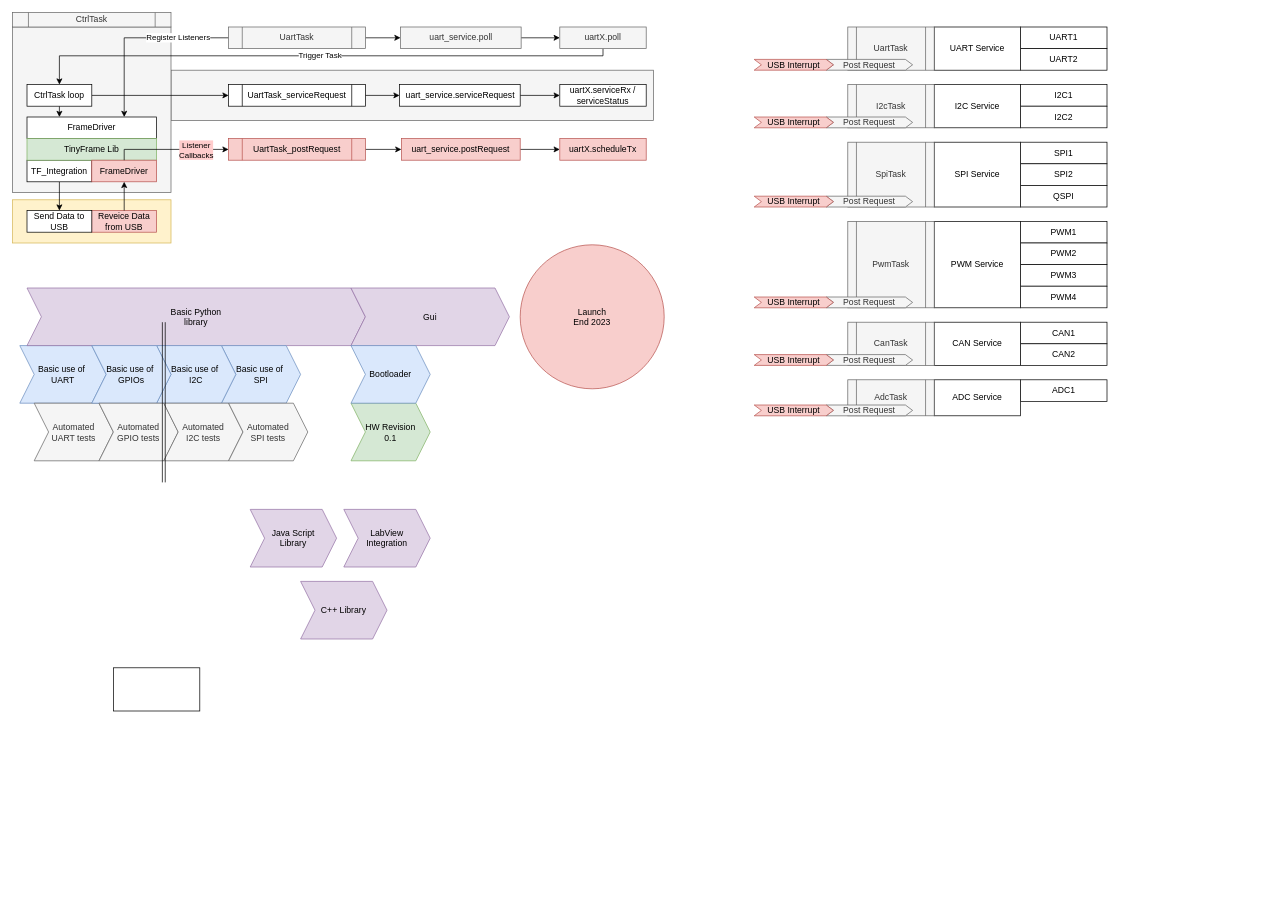
This is Docu/FirmwareArchitecturedrawio.drawio from AlmCoding/expander-mcu, a draw.io file, before an edit. Source tidied: cells renumbered, new cells numbered last; positions are measured from the earlier drawing's top-left corner, leaving out a move shared by most shapes. Both pictures are drawn from the tidied source at 72%, with x=0, y=0 at pixel (12, 12).
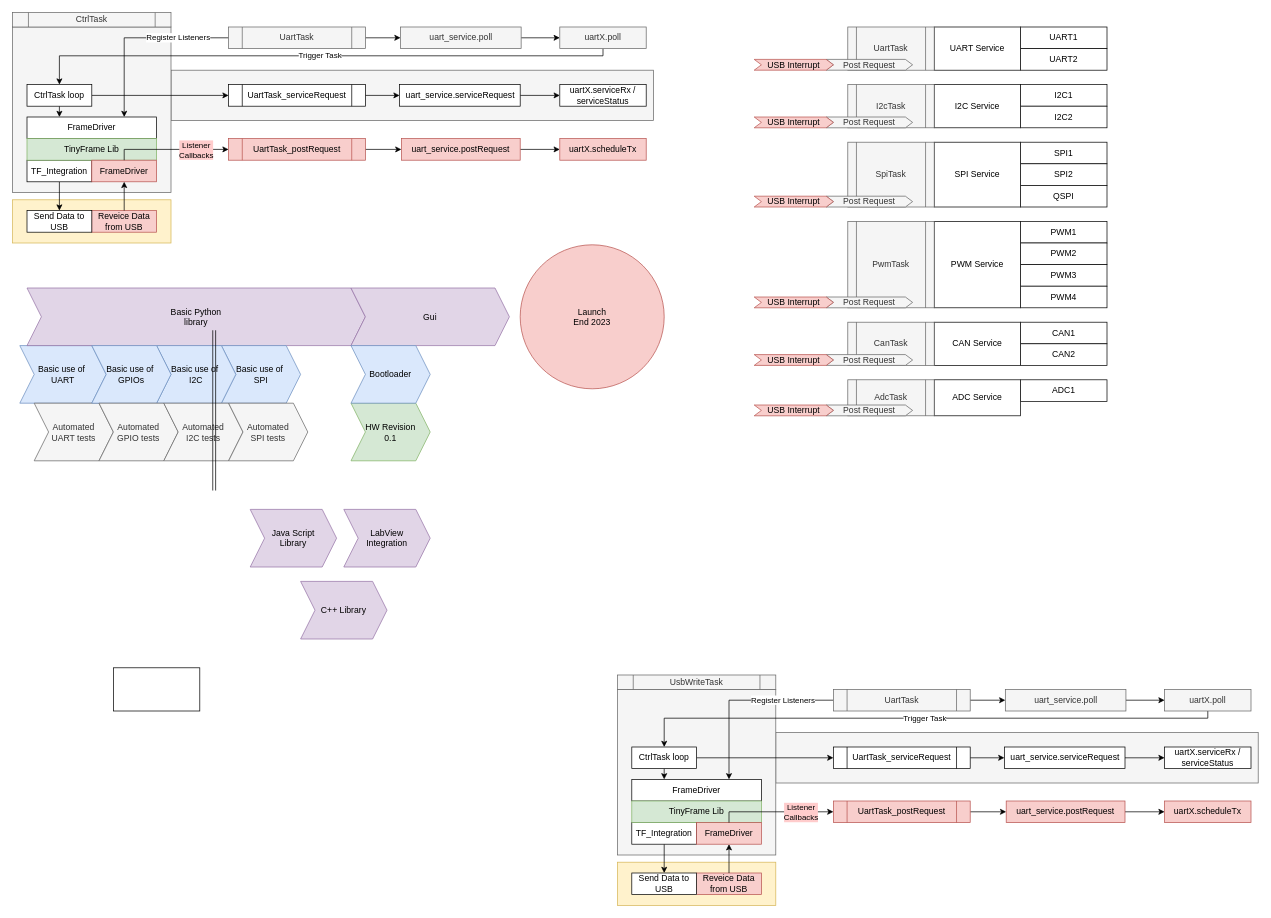
Above is the later version.

Change to the diagram source:
```diff
@@
     <mxCell id="77" style="shape=link;html=1;rounded=0;" parent="1" edge="1">
       <mxGeometry relative="1" as="geometry">
-        <mxPoint x="210" y="430" as="sourcePoint" />
-        <mxPoint x="210" y="652.5" as="targetPoint" />
+        <mxPoint x="280" y="441.2" as="sourcePoint" />
+        <mxPoint x="280" y="663.8" as="targetPoint" />
       </mxGeometry>
     </mxCell>
@@
+    <mxCell id="92" style="rounded=0;whiteSpace=wrap;html=1;fillColor=#f5f5f5;fontColor=#333333;strokeColor=#666666;" parent="1" vertex="1">
+      <mxGeometry x="1060" y="1000" width="670" height="70" as="geometry" />
+    </mxCell>
+    <mxCell id="93" style="rounded=0;whiteSpace=wrap;html=1;fillColor=#f5f5f5;fontColor=#333333;strokeColor=#666666;" parent="1" vertex="1">
+      <mxGeometry x="840" y="940" width="220" height="230" as="geometry" />
+    </mxCell>
+    <mxCell id="94" style="rounded=0;whiteSpace=wrap;html=1;fillColor=#fff2cc;strokeColor=#d6b656;" parent="1" vertex="1">
+      <mxGeometry x="840" y="1180" width="220" height="60" as="geometry" />
+    </mxCell>
+    <mxCell id="95" value="Reveice Data from USB" style="rounded=0;whiteSpace=wrap;html=1;fillColor=#f8cecc;strokeColor=#b85450;" parent="1" vertex="1">
+      <mxGeometry x="950" y="1195" width="90" height="30" as="geometry" />
+    </mxCell>
+    <mxCell id="96" value="FrameDriver" style="rounded=0;whiteSpace=wrap;html=1;" parent="1" vertex="1">
+      <mxGeometry x="860" y="1065" width="180" height="30" as="geometry" />
+    </mxCell>
+    <mxCell id="97" style="edgeStyle=orthogonalEdgeStyle;rounded=0;jettySize=auto;html=1;entryX=0.5;entryY=0;entryDx=0;entryDy=0;" parent="1" edge="1" source="98" target="101">
+      <mxGeometry relative="1" as="geometry" />
+    </mxCell>
+    <mxCell id="98" value="TF_Integration" style="rounded=0;whiteSpace=wrap;html=1;" parent="1" vertex="1">
+      <mxGeometry x="860" y="1125" width="90" height="30" as="geometry" />
+    </mxCell>
+    <mxCell id="99" value="Register Listeners" style="edgeStyle=orthogonalEdgeStyle;rounded=0;jettySize=auto;html=1;exitX=0;exitY=0.5;exitDx=0;exitDy=0;entryX=0.75;entryY=0;entryDx=0;entryDy=0;" parent="1" edge="1" source="115" target="96">
+      <mxGeometry x="-0.45" relative="1" as="geometry" />
+    </mxCell>
+    <mxCell id="100" value="TinyFrame Lib" style="rounded=0;whiteSpace=wrap;html=1;fillColor=#d5e8d4;strokeColor=#82b366;" parent="1" vertex="1">
+      <mxGeometry x="860" y="1095" width="180" height="30" as="geometry" />
+    </mxCell>
+    <mxCell id="101" value="Send Data to USB" style="rounded=0;whiteSpace=wrap;html=1;" parent="1" vertex="1">
+      <mxGeometry x="860" y="1195" width="90" height="30" as="geometry" />
+    </mxCell>
+    <mxCell id="102" value="FrameDriver" style="rounded=0;whiteSpace=wrap;html=1;fillColor=#f8cecc;strokeColor=#b85450;" parent="1" vertex="1">
+      <mxGeometry x="950" y="1125" width="90" height="30" as="geometry" />
+    </mxCell>
+    <mxCell id="103" style="endArrow=classic;html=1;rounded=0;exitX=0.5;exitY=0;exitDx=0;exitDy=0;entryX=0.5;entryY=1;entryDx=0;entryDy=0;" parent="1" edge="1" source="95" target="102">
+      <mxGeometry relative="1" as="geometry" />
+    </mxCell>
+    <mxCell id="104" style="endArrow=classic;html=1;rounded=0;exitX=0.5;exitY=0;exitDx=0;exitDy=0;entryX=0;entryY=0.5;entryDx=0;entryDy=0;" parent="1" edge="1" source="102" target="113">
+      <mxGeometry relative="1" as="geometry">
+        <Array as="points">
+          <mxPoint x="995" y="1110" />
+        </Array>
+      </mxGeometry>
+    </mxCell>
+    <mxCell id="105" value="Listener&lt;br&gt;Callbacks" style="edgeLabel;html=1;align=center;verticalAlign=middle;labelBackgroundColor=#FFCCCC;" parent="104" vertex="1">
+      <mxGeometry x="-0.14" y="1" relative="1" as="geometry">
+        <mxPoint x="45" y="1" as="offset" />
+      </mxGeometry>
+    </mxCell>
+    <mxCell id="106" style="edgeStyle=orthogonalEdgeStyle;rounded=0;jettySize=auto;html=1;exitX=1;exitY=0.5;exitDx=0;exitDy=0;" parent="1" edge="1" source="107" target="117">
+      <mxGeometry relative="1" as="geometry" />
+    </mxCell>
+    <mxCell id="107" value="UartTask_serviceRequest" style="shape=process;whiteSpace=wrap;html=1;backgroundOutline=1;" parent="1" vertex="1">
+      <mxGeometry x="1140" y="1020" width="190" height="30" as="geometry" />
+    </mxCell>
+    <mxCell id="108" value="UsbWriteTask" style="shape=process;whiteSpace=wrap;html=1;backgroundOutline=1;fillColor=#f5f5f5;strokeColor=#666666;fontColor=#333333;" parent="1" vertex="1">
+      <mxGeometry x="840" y="920" width="220" height="20" as="geometry" />
+    </mxCell>
+    <mxCell id="109" style="edgeStyle=orthogonalEdgeStyle;rounded=0;jettySize=auto;html=1;entryX=0.25;entryY=0;entryDx=0;entryDy=0;" parent="1" edge="1" source="111" target="96">
+      <mxGeometry relative="1" as="geometry">
+        <Array as="points">
+          <mxPoint x="905" y="1060" />
+          <mxPoint x="905" y="1060" />
+        </Array>
+      </mxGeometry>
+    </mxCell>
+    <mxCell id="110" style="edgeStyle=orthogonalEdgeStyle;rounded=0;jettySize=auto;html=1;exitX=1;exitY=0.5;exitDx=0;exitDy=0;entryX=0;entryY=0.5;entryDx=0;entryDy=0;" parent="1" edge="1" source="111" target="107">
+      <mxGeometry relative="1" as="geometry" />
+    </mxCell>
+    <mxCell id="111" value="CtrlTask loop" style="rounded=0;whiteSpace=wrap;html=1;" parent="1" vertex="1">
+      <mxGeometry x="860" y="1020" width="90" height="30" as="geometry" />
+    </mxCell>
+    <mxCell id="112" style="edgeStyle=orthogonalEdgeStyle;rounded=0;jettySize=auto;html=1;exitX=1;exitY=0.5;exitDx=0;exitDy=0;" parent="1" edge="1" source="113" target="120">
+      <mxGeometry relative="1" as="geometry" />
+    </mxCell>
+    <mxCell id="113" value="UartTask_postRequest" style="shape=process;whiteSpace=wrap;html=1;backgroundOutline=1;fillColor=#f8cecc;strokeColor=#b85450;" parent="1" vertex="1">
+      <mxGeometry x="1140" y="1095" width="190" height="30" as="geometry" />
+    </mxCell>
+    <mxCell id="114" style="edgeStyle=orthogonalEdgeStyle;rounded=0;jettySize=auto;html=1;exitX=1;exitY=0.5;exitDx=0;exitDy=0;" parent="1" edge="1" source="115" target="123">
+      <mxGeometry relative="1" as="geometry" />
+    </mxCell>
+    <mxCell id="115" value="UartTask" style="shape=process;whiteSpace=wrap;html=1;backgroundOutline=1;fillColor=#f5f5f5;fontColor=#333333;strokeColor=#666666;" parent="1" vertex="1">
+      <mxGeometry x="1140" y="940" width="190" height="30" as="geometry" />
+    </mxCell>
+    <mxCell id="116" style="edgeStyle=orthogonalEdgeStyle;rounded=0;jettySize=auto;html=1;entryX=0;entryY=0.5;entryDx=0;entryDy=0;" parent="1" edge="1" source="117" target="118">
+      <mxGeometry relative="1" as="geometry" />
+    </mxCell>
+    <mxCell id="117" value="uart_service.serviceRequest" style="rounded=0;whiteSpace=wrap;html=1;" parent="1" vertex="1">
+      <mxGeometry x="1377.5" y="1020" width="167.5" height="30" as="geometry" />
+    </mxCell>
+    <mxCell id="118" value="uartX.serviceRx / serviceStatus" style="rounded=0;whiteSpace=wrap;html=1;" parent="1" vertex="1">
+      <mxGeometry x="1600" y="1020" width="120" height="30" as="geometry" />
+    </mxCell>
+    <mxCell id="119" style="edgeStyle=orthogonalEdgeStyle;rounded=0;jettySize=auto;html=1;" parent="1" edge="1" source="120" target="121">
+      <mxGeometry relative="1" as="geometry" />
+    </mxCell>
+    <mxCell id="120" value="uart_service.postRequest" style="rounded=0;whiteSpace=wrap;html=1;fillColor=#f8cecc;strokeColor=#b85450;" parent="1" vertex="1">
+      <mxGeometry x="1380" y="1095" width="165" height="30" as="geometry" />
+    </mxCell>
+    <mxCell id="121" value="uartX.scheduleTx" style="rounded=0;whiteSpace=wrap;html=1;fillColor=#f8cecc;strokeColor=#b85450;" parent="1" vertex="1">
+      <mxGeometry x="1600" y="1095" width="120" height="30" as="geometry" />
+    </mxCell>
+    <mxCell id="122" style="edgeStyle=orthogonalEdgeStyle;rounded=0;jettySize=auto;html=1;exitX=1;exitY=0.5;exitDx=0;exitDy=0;" parent="1" edge="1" source="123" target="125">
+      <mxGeometry relative="1" as="geometry" />
+    </mxCell>
+    <mxCell id="123" value="uart_service.poll" style="rounded=0;whiteSpace=wrap;html=1;fillColor=#f5f5f5;fontColor=#333333;strokeColor=#666666;" parent="1" vertex="1">
+      <mxGeometry x="1378.8" y="940" width="167.5" height="30" as="geometry" />
+    </mxCell>
+    <mxCell id="124" value="Trigger Task" style="edgeStyle=orthogonalEdgeStyle;rounded=0;jettySize=auto;html=1;exitX=0.5;exitY=1;exitDx=0;exitDy=0;entryX=0.5;entryY=0;entryDx=0;entryDy=0;" parent="1" edge="1" source="125" target="111">
+      <mxGeometry relative="1" as="geometry">
+        <Array as="points">
+          <mxPoint x="1660" y="980" />
+          <mxPoint x="905" y="980" />
+        </Array>
+      </mxGeometry>
+    </mxCell>
+    <mxCell id="125" value="uartX.poll" style="rounded=0;whiteSpace=wrap;html=1;fillColor=#f5f5f5;fontColor=#333333;strokeColor=#666666;" parent="1" vertex="1">
+      <mxGeometry x="1600" y="940" width="120" height="30" as="geometry" />
+    </mxCell>
```
